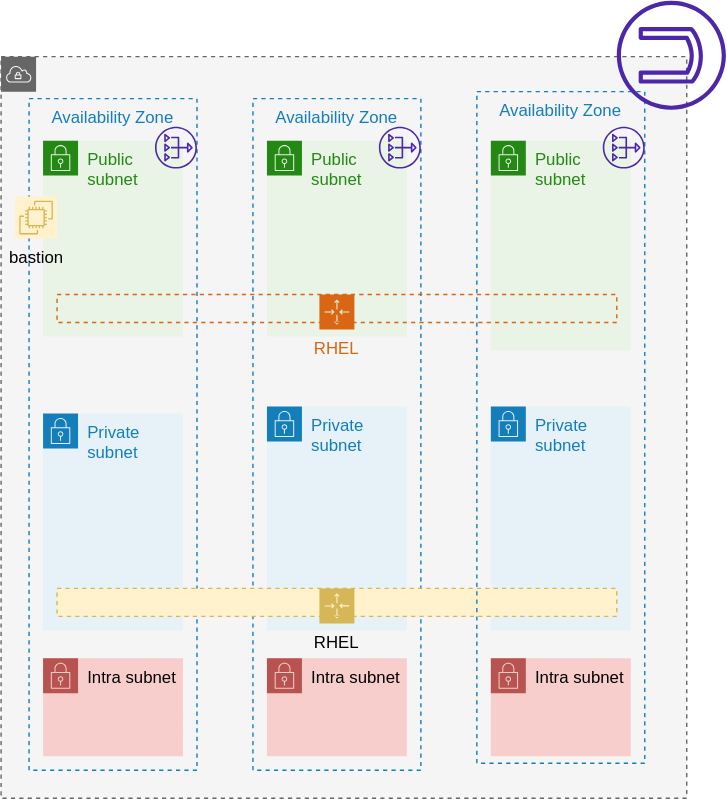
Earlier version of the draw.io export docs/diagrams/base.svg (redhat-developer/mapt). Source tidied: cells renumbered, new cells last; positions are measured from the earlier drawing's top-left corner, leaving out a move shared by most shapes.
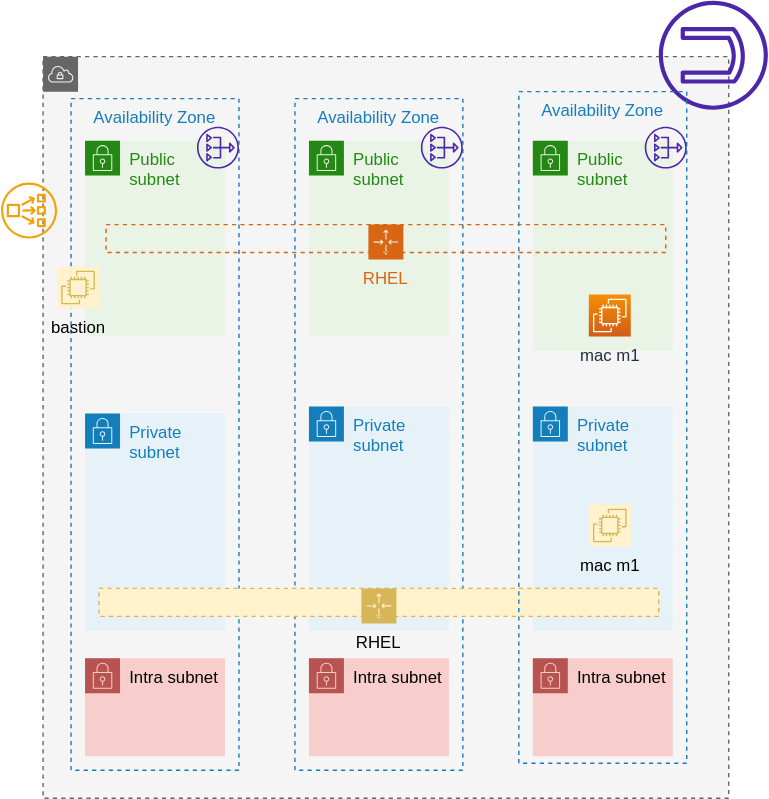
After the commit.

Commit message:
added mac m1 as supported host to base diagram

What changed in the source:
```diff
@@ -29,9 +29,6 @@
     <mxCell id="10" value="Public subnet" style="gradientColor=none;html=1;whiteSpace=wrap;fontSize=12;fontStyle=0;shape=mxgraph.aws4.group;grIcon=mxgraph.aws4.group_security_group;grStroke=0;strokeColor=#248814;fillColor=#E9F3E6;verticalAlign=top;align=left;spacingLeft=30;fontColor=#248814;dashed=0;" parent="2" vertex="1">
       <mxGeometry x="30" y="60" width="100" height="140" as="geometry" />
     </mxCell>
-    <mxCell id="11" value="bastion" style="sketch=0;gradientDirection=north;fillColor=#fff2cc;strokeColor=#d6b656;dashed=0;verticalLabelPosition=bottom;verticalAlign=top;align=center;html=1;fontSize=12;fontStyle=0;shape=mxgraph.aws4.resourceIcon;resIcon=mxgraph.aws4.ec2;" parent="10" vertex="1">
-      <mxGeometry x="-20" y="40" width="30" height="30" as="geometry" />
-    </mxCell>
     <mxCell id="12" value="Public subnet" style="gradientColor=none;html=1;whiteSpace=wrap;fontSize=12;fontStyle=0;shape=mxgraph.aws4.group;grIcon=mxgraph.aws4.group_security_group;grStroke=0;strokeColor=#248814;fillColor=#E9F3E6;verticalAlign=top;align=left;spacingLeft=30;fontColor=#248814;dashed=0;" parent="2" vertex="1">
       <mxGeometry x="190" y="60" width="100" height="140" as="geometry" />
     </mxCell>
@@ -47,12 +44,12 @@
     <mxCell id="16" style="sketch=0;fontColor=#232F3E;gradientColor=none;fillColor=#4D27AA;strokeColor=none;dashed=0;verticalLabelPosition=bottom;verticalAlign=top;align=center;html=1;fontSize=12;fontStyle=0;shape=mxgraph.aws4.nat_gateway;" parent="2" vertex="1">
       <mxGeometry x="110" y="50" width="30" height="30" as="geometry" />
     </mxCell>
+    <mxCell id="11" value="bastion" style="sketch=0;gradientDirection=north;fillColor=#fff2cc;strokeColor=#d6b656;dashed=0;verticalLabelPosition=bottom;verticalAlign=top;align=center;html=1;fontSize=12;fontStyle=0;shape=mxgraph.aws4.resourceIcon;resIcon=mxgraph.aws4.ec2;" parent="2" vertex="1">
+      <mxGeometry x="10" y="150" width="30" height="30" as="geometry" />
+    </mxCell>
     <mxCell id="17" value="Public subnet" style="gradientColor=none;html=1;whiteSpace=wrap;fontSize=12;fontStyle=0;shape=mxgraph.aws4.group;grIcon=mxgraph.aws4.group_security_group;grStroke=0;strokeColor=#248814;fillColor=#E9F3E6;verticalAlign=top;align=left;spacingLeft=30;fontColor=#248814;dashed=0;" parent="1" vertex="1">
       <mxGeometry x="350" y="100" width="100" height="150" as="geometry" />
     </mxCell>
-    <mxCell id="18" value="Availability Zone" style="fillColor=none;strokeColor=#147EBA;dashed=1;verticalAlign=top;fontStyle=0;fontColor=#147EBA;" parent="1" vertex="1">
-      <mxGeometry x="340" y="65" width="120" height="480" as="geometry" />
-    </mxCell>
     <mxCell id="19" style="sketch=0;fontColor=#232F3E;gradientColor=none;fillColor=#4D27AA;strokeColor=none;dashed=0;verticalLabelPosition=bottom;verticalAlign=top;align=center;html=1;fontSize=12;fontStyle=0;shape=mxgraph.aws4.internet_gateway;direction=south;" parent="1" vertex="1">
       <mxGeometry x="440" width="78" height="78" as="geometry" />
     </mxCell>
@@ -60,7 +57,19 @@
       <mxGeometry x="430" y="90" width="30" height="30" as="geometry" />
     </mxCell>
     <mxCell id="21" value="RHEL" style="gradientColor=none;html=1;whiteSpace=wrap;fontSize=12;fontStyle=0;shape=mxgraph.aws4.groupCenter;grIcon=mxgraph.aws4.group_auto_scaling_group;grStroke=1;strokeColor=#D86613;fillColor=none;verticalAlign=top;align=center;fontColor=#D86613;dashed=1;spacingTop=25;" parent="1" vertex="1">
-      <mxGeometry x="40" y="210" width="400" height="20" as="geometry" />
+      <mxGeometry x="45" y="160" width="400" height="20" as="geometry" />
     </mxCell>
+    <mxCell id="18" value="Availability Zone" style="fillColor=none;strokeColor=#147EBA;dashed=1;verticalAlign=top;fontStyle=0;fontColor=#147EBA;" parent="1" vertex="1">
+      <mxGeometry x="340" y="65" width="120" height="480" as="geometry" />
+    </mxCell>
+    <mxCell id="22" value="mac m1" style="fontColor=#232F3E;gradientColor=#F78E04;gradientDirection=north;fillColor=#D05C17;strokeColor=#ffffff;dashed=0;verticalLabelPosition=bottom;verticalAlign=top;align=center;html=1;fontSize=12;fontStyle=0;shape=mxgraph.aws4.resourceIcon;resIcon=mxgraph.aws4.ec2;" parent="1" vertex="1">
+      <mxGeometry x="390" y="210" width="30" height="30" as="geometry" />
+    </mxCell>
+    <mxCell id="23" value="mac m1" style="gradientDirection=north;fillColor=#fff2cc;strokeColor=#d6b656;dashed=0;verticalLabelPosition=bottom;verticalAlign=top;align=center;html=1;fontSize=12;fontStyle=0;shape=mxgraph.aws4.resourceIcon;resIcon=mxgraph.aws4.ec2;" parent="1" vertex="1">
+      <mxGeometry x="390" y="360" width="30" height="30" as="geometry" />
+    </mxCell>
+    <mxCell id="24" style="fillColor=#f0a30a;strokeColor=#BD7000;dashed=0;verticalLabelPosition=bottom;verticalAlign=top;align=center;html=1;fontSize=12;fontStyle=0;shape=mxgraph.aws4.network_load_balancer;fontColor=#ffffff;" parent="1" vertex="1">
+      <mxGeometry x="-30" y="130" width="40" height="40" as="geometry" />
+    </mxCell>
   </root>
 </mxGraphModel>
```
